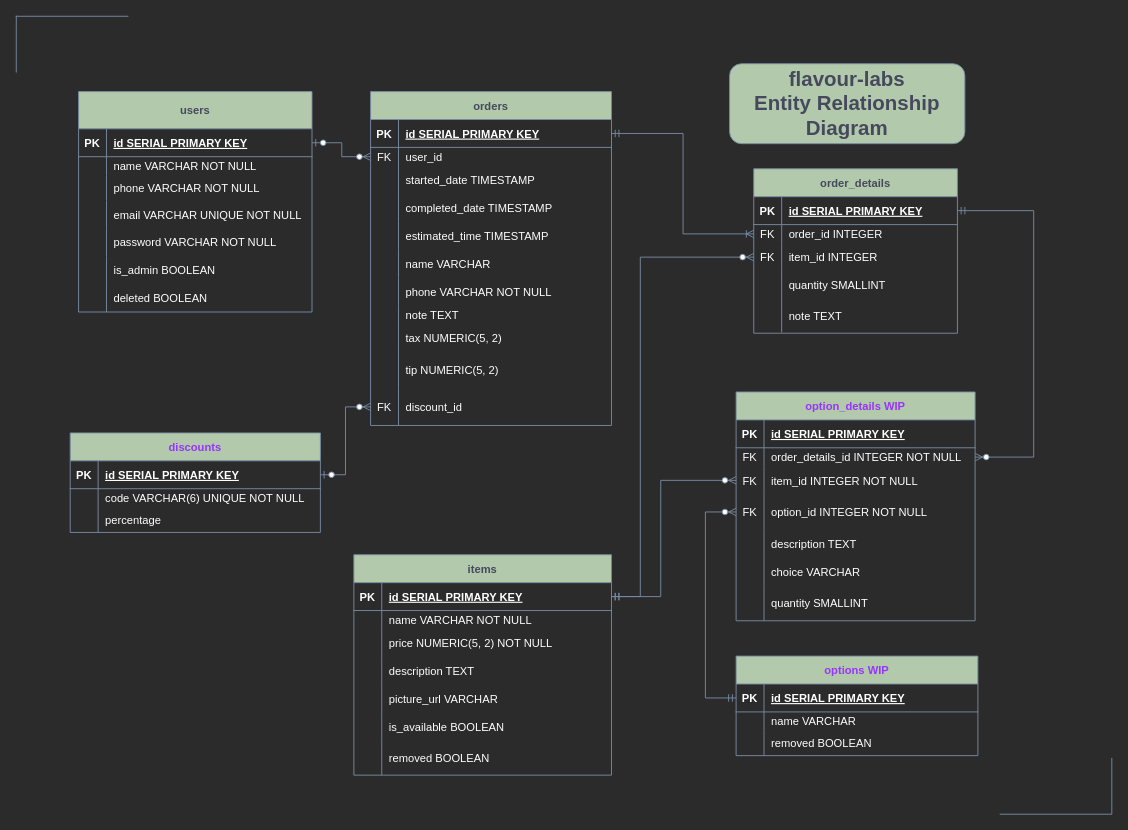
Earlier version of the draw.io diagram flavourLabsERD.drawio (sachieko/flavour-lab). Source tidied: cells renumbered, new cells numbered last; positions are measured from the earlier drawing's top-left corner, leaving out a move shared by most shapes. Both pictures are drawn from the tidied source at 93%, with x=0, y=0 at pixel (16, 16).
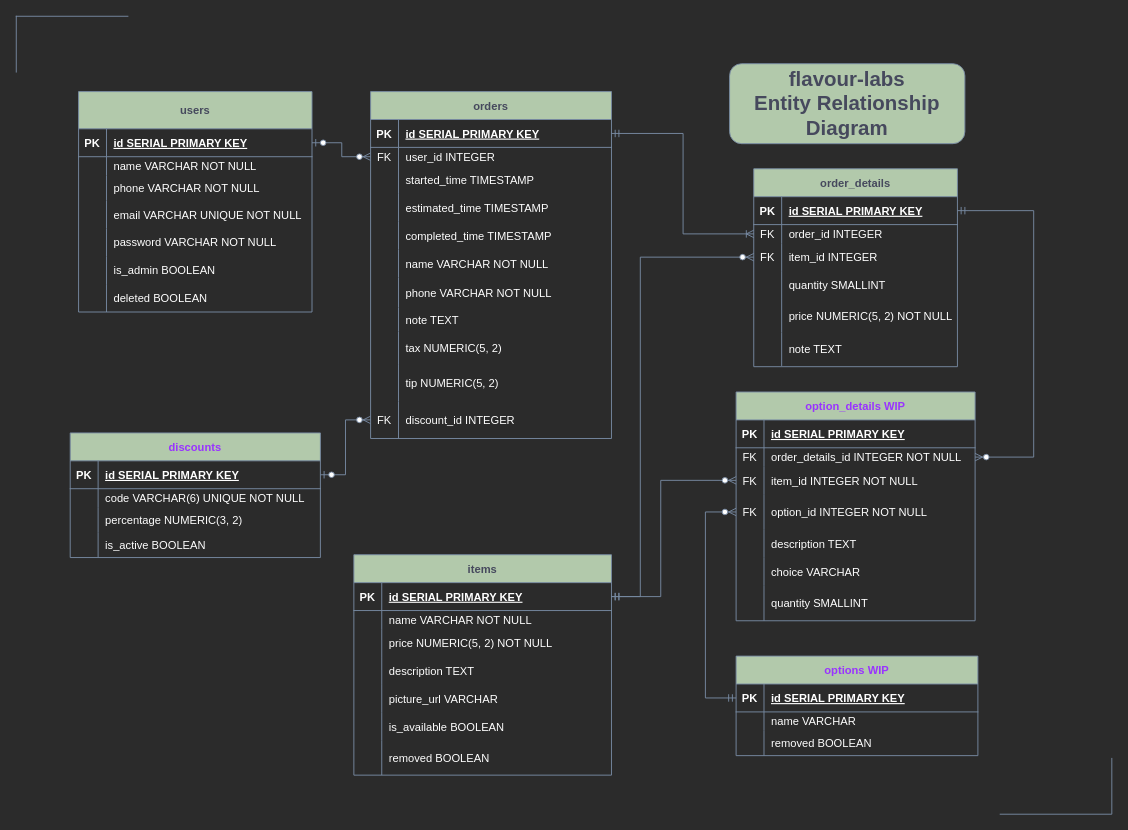
After the change.

The change refers to these unchanged cells:
```xml
<mxCell id="6" style="shape=tableRow;horizontal=0;startSize=0;swimlaneHead=0;swimlaneBody=0;fillColor=none;points=[[0,0.5],[1,0.5]];portConstraint=eastwest;top=0;left=0;right=0;bottom=0;strokeColor=#788AA3;fontColor=#46495D;" parent="2" vertex="1">
  <mxGeometry y="60" width="259" height="20" as="geometry" />
</mxCell>
<mxCell id="9" style="shape=tableRow;horizontal=0;startSize=0;swimlaneHead=0;swimlaneBody=0;fillColor=none;top=0;left=0;right=0;bottom=0;strokeColor=#788AA3;fontColor=#46495D;" parent="2" vertex="1">
  <mxGeometry y="80" width="259" height="30" as="geometry" />
</mxCell>
<mxCell id="18" style="shape=tableRow;horizontal=0;startSize=0;swimlaneHead=0;swimlaneBody=0;fillColor=none;top=0;left=0;right=0;bottom=0;strokeColor=#788AA3;fontColor=#46495D;" parent="2" vertex="1">
  <mxGeometry y="170" width="259" height="30" as="geometry" />
</mxCell>
<mxCell id="144" style="shape=tableRow;horizontal=0;startSize=0;swimlaneHead=0;swimlaneBody=0;fillColor=none;top=0;left=0;right=0;bottom=0;strokeColor=#788AA3;fontColor=#46495D;" parent="137" vertex="1">
  <mxGeometry y="80" width="269" height="27" as="geometry" />
</mxCell>
```

Change to the diagram source:
```diff
@@
     <mxCell id="2" value="orders" style="shape=table;startSize=30;childLayout=tableLayout;rowLines=0;fontStyle=1;align=center;fillColor=#B2C9AB;strokeColor=#788AA3;fontColor=#46495D;" parent="1" vertex="1">
-      <mxGeometry x="381" y="81" width="259" height="359" as="geometry" />
+      <mxGeometry x="381" y="81" width="259" height="373" as="geometry" />
     </mxCell>
@@
-    <mxCell id="8" value="user_id" style="shape=partialRectangle;fillColor=none;top=0;left=0;bottom=0;right=0;align=left;spacingLeft=6;overflow=hidden;strokeColor=#788AA3;fontColor=#FFFFFF;" parent="6" vertex="1">
+    <mxCell id="8" value="user_id INTEGER" style="shape=partialRectangle;fillColor=none;top=0;left=0;bottom=0;right=0;align=left;spacingLeft=6;overflow=hidden;strokeColor=#788AA3;fontColor=#FFFFFF;" parent="6" vertex="1">
       <mxGeometry x="30" width="229" height="20" as="geometry" />
     </mxCell>
@@
-    <mxCell id="11" value="started_date TIMESTAMP" style="shape=partialRectangle;fillColor=none;top=0;left=0;bottom=0;right=0;align=left;spacingLeft=6;overflow=hidden;strokeColor=#788AA3;fontColor=#FFFFFF;" parent="9" vertex="1">
+    <mxCell id="11" value="started_time TIMESTAMP" style="shape=partialRectangle;fillColor=none;top=0;left=0;bottom=0;right=0;align=left;spacingLeft=6;overflow=hidden;strokeColor=#788AA3;fontColor=#FFFFFF;" parent="9" vertex="1">
       <mxGeometry x="30" width="229" height="30" as="geometry" />
     </mxCell>
+    <mxCell id="15" style="shape=tableRow;horizontal=0;startSize=0;swimlaneHead=0;swimlaneBody=0;fillColor=none;top=0;left=0;right=0;bottom=0;strokeColor=#788AA3;fontColor=#46495D;" parent="2" vertex="1">
+      <mxGeometry y="110" width="259" height="30" as="geometry" />
+    </mxCell>
+    <mxCell id="16" style="shape=partialRectangle;fillColor=none;top=0;left=0;bottom=0;right=0;overflow=hidden;strokeColor=#788AA3;fontColor=#FFFFFF;" parent="15" vertex="1">
+      <mxGeometry width="30" height="30" as="geometry" />
+    </mxCell>
+    <mxCell id="17" value="estimated_time TIMESTAMP" style="shape=partialRectangle;fillColor=none;top=0;left=0;bottom=0;right=0;align=left;spacingLeft=6;overflow=hidden;strokeColor=#788AA3;fontColor=#FFFFFF;" parent="15" vertex="1">
+      <mxGeometry x="30" width="229" height="30" as="geometry" />
+    </mxCell>
     <mxCell id="12" style="shape=tableRow;horizontal=0;startSize=0;swimlaneHead=0;swimlaneBody=0;fillColor=none;top=0;left=0;right=0;bottom=0;strokeColor=#788AA3;fontColor=#46495D;" parent="2" vertex="1">
-      <mxGeometry y="110" width="259" height="30" as="geometry" />
+      <mxGeometry y="140" width="259" height="30" as="geometry" />
     </mxCell>
@@
-    <mxCell id="14" value="completed_date TIMESTAMP" style="shape=partialRectangle;fillColor=none;top=0;left=0;bottom=0;right=0;align=left;spacingLeft=6;overflow=hidden;strokeColor=#788AA3;fontColor=#FFFFFF;" parent="12" vertex="1">
+    <mxCell id="14" value="completed_time TIMESTAMP" style="shape=partialRectangle;fillColor=none;top=0;left=0;bottom=0;right=0;align=left;spacingLeft=6;overflow=hidden;strokeColor=#788AA3;fontColor=#FFFFFF;" parent="12" vertex="1">
       <mxGeometry x="30" width="229" height="30" as="geometry" />
     </mxCell>
-    <mxCell id="15" style="shape=tableRow;horizontal=0;startSize=0;swimlaneHead=0;swimlaneBody=0;fillColor=none;top=0;left=0;right=0;bottom=0;strokeColor=#788AA3;fontColor=#46495D;" parent="2" vertex="1">
-      <mxGeometry y="140" width="259" height="30" as="geometry" />
-    </mxCell>
-    <mxCell id="16" style="shape=partialRectangle;fillColor=none;top=0;left=0;bottom=0;right=0;overflow=hidden;strokeColor=#788AA3;fontColor=#FFFFFF;" parent="15" vertex="1">
-      <mxGeometry width="30" height="30" as="geometry" />
-    </mxCell>
-    <mxCell id="17" value="estimated_time TIMESTAMP" style="shape=partialRectangle;fillColor=none;top=0;left=0;bottom=0;right=0;align=left;spacingLeft=6;overflow=hidden;strokeColor=#788AA3;fontColor=#FFFFFF;" parent="15" vertex="1">
-      <mxGeometry x="30" width="229" height="30" as="geometry" />
-    </mxCell>
@@
-    <mxCell id="20" value="name VARCHAR" style="shape=partialRectangle;fillColor=none;top=0;left=0;bottom=0;right=0;align=left;spacingLeft=6;overflow=hidden;strokeColor=#788AA3;fontColor=#FFFFFF;" parent="18" vertex="1">
+    <mxCell id="20" value="name VARCHAR NOT NULL" style="shape=partialRectangle;fillColor=none;top=0;left=0;bottom=0;right=0;align=left;spacingLeft=6;overflow=hidden;strokeColor=#788AA3;fontColor=#FFFFFF;" parent="18" vertex="1">
       <mxGeometry x="30" width="229" height="30" as="geometry" />
     </mxCell>
     <mxCell id="21" style="shape=tableRow;horizontal=0;startSize=0;swimlaneHead=0;swimlaneBody=0;fillColor=none;top=0;left=0;right=0;bottom=0;strokeColor=#788AA3;fontColor=#46495D;" parent="2" vertex="1">
-      <mxGeometry y="200" width="259" height="30" as="geometry" />
+      <mxGeometry y="200" width="259" height="32" as="geometry" />
     </mxCell>
     <mxCell id="22" style="shape=partialRectangle;fillColor=none;top=0;left=0;bottom=0;right=0;overflow=hidden;strokeColor=#788AA3;fontColor=#FFFFFF;" parent="21" vertex="1">
-      <mxGeometry width="30" height="30" as="geometry" />
+      <mxGeometry width="30" height="32" as="geometry" />
     </mxCell>
     <mxCell id="23" value="phone VARCHAR NOT NULL" style="shape=partialRectangle;fillColor=none;top=0;left=0;bottom=0;right=0;align=left;spacingLeft=6;overflow=hidden;strokeColor=#788AA3;fontColor=#FFFFFF;" parent="21" vertex="1">
-      <mxGeometry x="30" width="229" height="30" as="geometry" />
+      <mxGeometry x="30" width="229" height="32" as="geometry" />
     </mxCell>
     <mxCell id="24" style="shape=tableRow;horizontal=0;startSize=0;swimlaneHead=0;swimlaneBody=0;fillColor=none;top=0;left=0;right=0;bottom=0;strokeColor=#788AA3;fontColor=#46495D;" parent="2" vertex="1">
-      <mxGeometry y="230" width="259" height="20" as="geometry" />
+      <mxGeometry y="232" width="259" height="26" as="geometry" />
     </mxCell>
     <mxCell id="25" style="shape=partialRectangle;fillColor=none;top=0;left=0;bottom=0;right=0;overflow=hidden;strokeColor=#788AA3;fontColor=#FFFFFF;" parent="24" vertex="1">
-      <mxGeometry width="30" height="20" as="geometry" />
+      <mxGeometry width="30" height="26" as="geometry" />
     </mxCell>
     <mxCell id="26" value="note TEXT" style="shape=partialRectangle;fillColor=none;top=0;left=0;bottom=0;right=0;align=left;spacingLeft=6;overflow=hidden;strokeColor=#788AA3;fontColor=#FFFFFF;" parent="24" vertex="1">
-      <mxGeometry x="30" width="229" height="20" as="geometry" />
+      <mxGeometry x="30" width="229" height="26" as="geometry" />
     </mxCell>
     <mxCell id="27" style="shape=tableRow;horizontal=0;startSize=0;swimlaneHead=0;swimlaneBody=0;fillColor=none;top=0;left=0;right=0;bottom=0;strokeColor=#788AA3;fontColor=#46495D;" parent="2" vertex="1">
-      <mxGeometry y="250" width="259" height="29" as="geometry" />
+      <mxGeometry y="258" width="259" height="35" as="geometry" />
     </mxCell>
     <mxCell id="28" style="shape=partialRectangle;fillColor=none;top=0;left=0;bottom=0;right=0;overflow=hidden;strokeColor=#788AA3;fontColor=#FFFFFF;" parent="27" vertex="1">
-      <mxGeometry width="30" height="29" as="geometry" />
+      <mxGeometry width="30" height="35" as="geometry" />
     </mxCell>
     <mxCell id="29" value="tax NUMERIC(5, 2)" style="shape=partialRectangle;fillColor=none;top=0;left=0;bottom=0;right=0;align=left;spacingLeft=6;overflow=hidden;strokeColor=#788AA3;fontColor=#FFFFFF;" parent="27" vertex="1">
-      <mxGeometry x="30" width="229" height="29" as="geometry" />
+      <mxGeometry x="30" width="229" height="35" as="geometry" />
     </mxCell>
     <mxCell id="30" style="shape=tableRow;horizontal=0;startSize=0;swimlaneHead=0;swimlaneBody=0;fillColor=none;top=0;left=0;right=0;bottom=0;strokeColor=#788AA3;fontColor=#46495D;" parent="2" vertex="1">
-      <mxGeometry y="279" width="259" height="40" as="geometry" />
+      <mxGeometry y="293" width="259" height="40" as="geometry" />
     </mxCell>
@@
     <mxCell id="33" style="shape=tableRow;horizontal=0;startSize=0;swimlaneHead=0;swimlaneBody=0;fillColor=none;points=[[0,0.5],[1,0.5]];portConstraint=eastwest;top=0;left=0;right=0;bottom=0;strokeColor=#788AA3;fontColor=#46495D;" parent="2" vertex="1">
-      <mxGeometry y="319" width="259" height="40" as="geometry" />
+      <mxGeometry y="333" width="259" height="40" as="geometry" />
     </mxCell>
@@
-    <mxCell id="35" value="discount_id" style="shape=partialRectangle;fillColor=none;top=0;left=0;bottom=0;right=0;align=left;spacingLeft=6;overflow=hidden;strokeColor=#788AA3;fontColor=#FFFFFF;" parent="33" vertex="1">
+    <mxCell id="35" value="discount_id INTEGER" style="shape=partialRectangle;fillColor=none;top=0;left=0;bottom=0;right=0;align=left;spacingLeft=6;overflow=hidden;strokeColor=#788AA3;fontColor=#FFFFFF;" parent="33" vertex="1">
       <mxGeometry x="30" width="229" height="40" as="geometry" />
     </mxCell>
@@
     <mxCell id="80" value="order_details" style="shape=table;startSize=30;childLayout=tableLayout;rowLines=0;fontStyle=1;align=center;fillColor=#B2C9AB;strokeColor=#788AA3;fontColor=#46495D;" parent="1" vertex="1">
-      <mxGeometry x="793" y="164" width="219" height="176.8" as="geometry" />
+      <mxGeometry x="793" y="164" width="219" height="212.8" as="geometry" />
     </mxCell>
@@
+    <mxCell id="148" style="shape=tableRow;horizontal=0;startSize=0;swimlaneHead=0;swimlaneBody=0;fillColor=none;top=0;left=0;right=0;bottom=0;strokeColor=#788AA3;fontColor=#46495D;" parent="80" vertex="1">
+      <mxGeometry y="140" width="219" height="36" as="geometry" />
+    </mxCell>
+    <mxCell id="149" style="shape=partialRectangle;fillColor=none;top=0;left=0;bottom=0;right=0;overflow=hidden;strokeColor=#788AA3;fontColor=#46495D;" parent="148" vertex="1">
+      <mxGeometry width="30" height="36" as="geometry" />
+    </mxCell>
+    <mxCell id="150" value="price NUMERIC(5, 2) NOT NULL" style="shape=partialRectangle;fillColor=none;top=0;left=0;bottom=0;right=0;align=left;spacingLeft=6;overflow=hidden;strokeColor=#788AA3;fontColor=#FFFFFF;" parent="148" vertex="1">
+      <mxGeometry x="30" width="189" height="36" as="geometry" />
+    </mxCell>
     <mxCell id="93" style="shape=tableRow;horizontal=0;startSize=0;swimlaneHead=0;swimlaneBody=0;fillColor=none;top=0;left=0;right=0;bottom=0;strokeColor=#788AA3;fontColor=#46495D;" parent="80" vertex="1">
-      <mxGeometry y="140" width="219" height="36" as="geometry" />
+      <mxGeometry y="176" width="219" height="36" as="geometry" />
     </mxCell>
@@
     <mxCell id="137" value="discounts" style="shape=table;startSize=30;childLayout=tableLayout;rowLines=0;fontStyle=1;align=center;fillColor=#B2C9AB;strokeColor=#788AA3;fontColor=#9933FF;" parent="1" vertex="1">
-      <mxGeometry x="58" y="448" width="269" height="107" as="geometry" />
+      <mxGeometry x="58" y="448" width="269" height="134" as="geometry" />
     </mxCell>
@@
-    <mxCell id="146" value="percentage" style="shape=partialRectangle;fillColor=none;top=0;left=0;bottom=0;right=0;align=left;spacingLeft=6;overflow=hidden;strokeColor=#788AA3;fontColor=#FFFFFF;" parent="144" vertex="1">
+    <mxCell id="146" value="percentage NUMERIC(3, 2)" style="shape=partialRectangle;fillColor=none;top=0;left=0;bottom=0;right=0;align=left;spacingLeft=6;overflow=hidden;strokeColor=#788AA3;fontColor=#FFFFFF;" parent="144" vertex="1">
       <mxGeometry x="30" width="239" height="27" as="geometry" />
     </mxCell>
+    <mxCell id="151" style="shape=tableRow;horizontal=0;startSize=0;swimlaneHead=0;swimlaneBody=0;fillColor=none;top=0;left=0;right=0;bottom=0;strokeColor=#788AA3;fontColor=#46495D;" parent="137" vertex="1">
+      <mxGeometry y="107" width="269" height="27" as="geometry" />
+    </mxCell>
+    <mxCell id="152" style="shape=partialRectangle;fillColor=none;top=0;left=0;bottom=0;right=0;overflow=hidden;strokeColor=#788AA3;fontColor=#FFFFFF;" parent="151" vertex="1">
+      <mxGeometry width="30" height="27" as="geometry" />
+    </mxCell>
+    <mxCell id="153" value="is_active BOOLEAN" style="shape=partialRectangle;fillColor=none;top=0;left=0;bottom=0;right=0;align=left;spacingLeft=6;overflow=hidden;strokeColor=#788AA3;fontColor=#FFFFFF;" parent="151" vertex="1">
+      <mxGeometry x="30" width="239" height="27" as="geometry" />
+    </mxCell>
```
